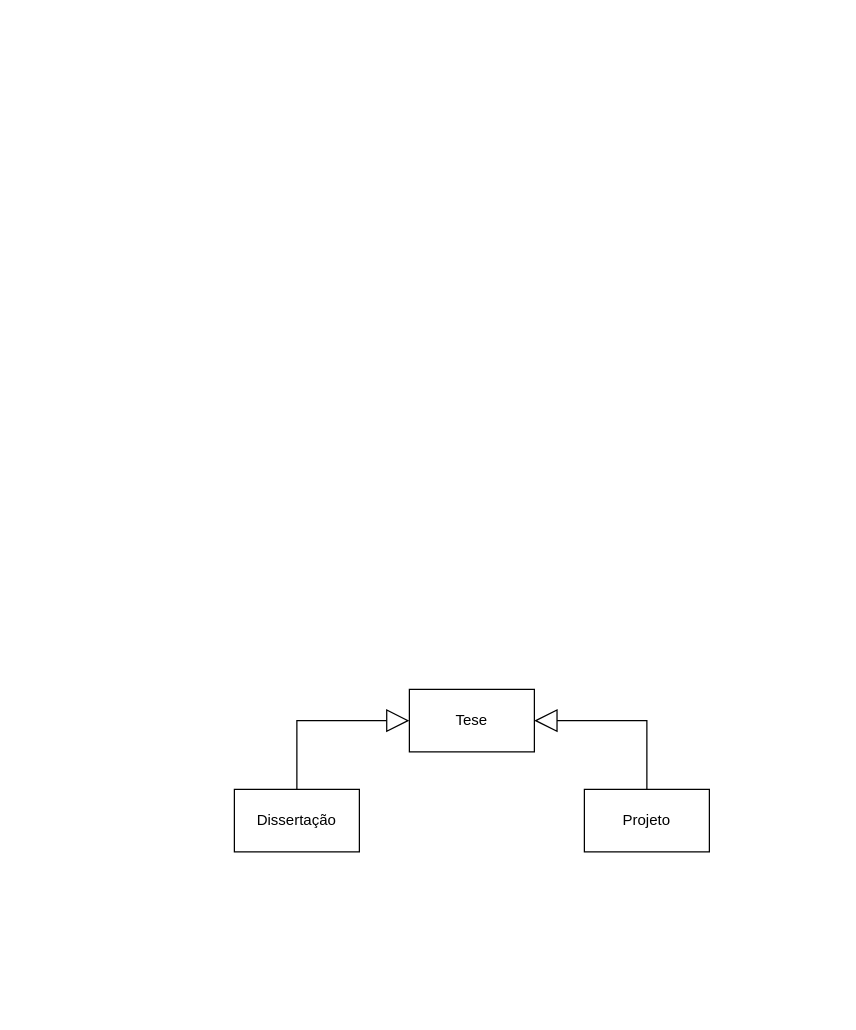
Above: docs/DomainModel.drawio in Sapientia-PT/thesisman (draw.io), before the change. Source tidied: cells renumbered, new cells numbered last; positions are measured from the earlier drawing's top-left corner, leaving out a move shared by most shapes. Both pictures are drawn from the tidied source at 125%, with x=0, y=0 at pixel (234, 689).
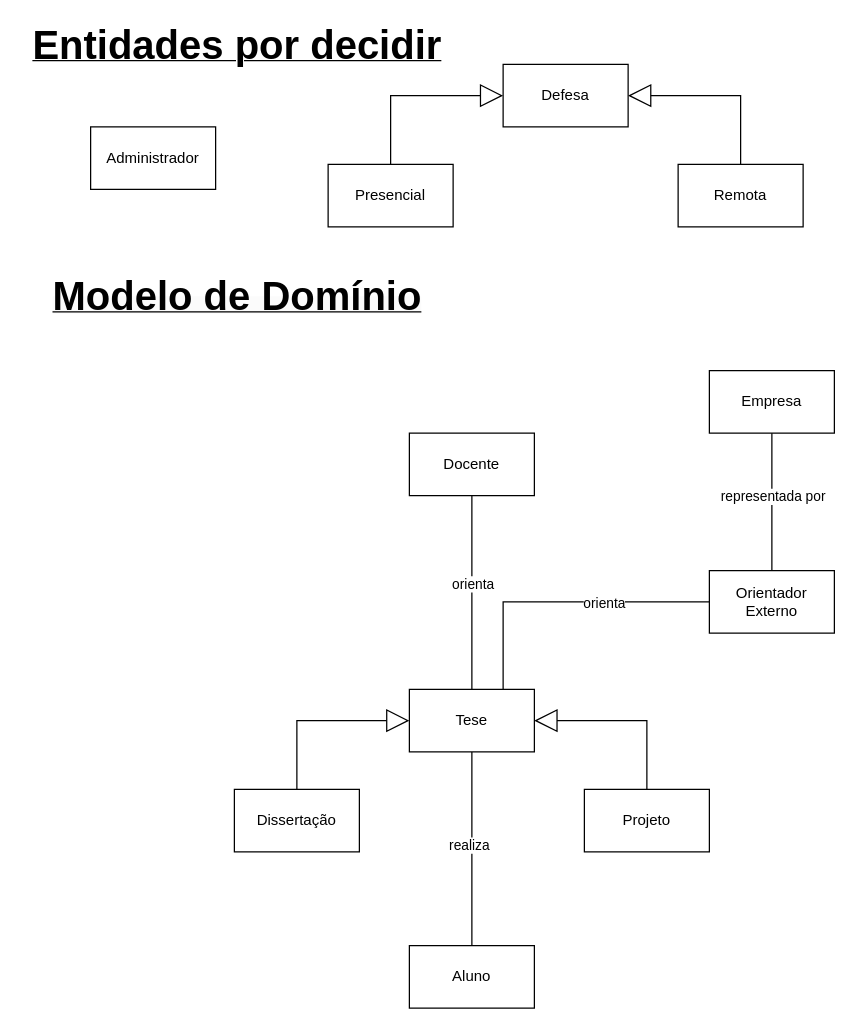
After the change.

Commit message:
updated domain model

Unchanged cells that the change refers to:
```xml
<mxCell id="2" value="Tese" style="html=1;whiteSpace=wrap;" parent="1" vertex="1">
  <mxGeometry x="140" width="100" height="50" as="geometry" />
</mxCell>
```

Change to the diagram source:
```diff
@@
+    <mxCell id="7" value="Aluno" style="rounded=0;whiteSpace=wrap;html=1;" parent="1" vertex="1">
+      <mxGeometry x="140" y="205" width="100" height="50" as="geometry" />
+    </mxCell>
+    <mxCell id="8" value="Administrador" style="rounded=0;whiteSpace=wrap;html=1;" parent="1" vertex="1">
+      <mxGeometry x="-115" y="-450" width="100" height="50" as="geometry" />
+    </mxCell>
+    <mxCell id="9" value="Docente" style="rounded=0;whiteSpace=wrap;html=1;" parent="1" vertex="1">
+      <mxGeometry x="140" y="-205" width="100" height="50" as="geometry" />
+    </mxCell>
+    <mxCell id="10" value="Empresa" style="rounded=0;whiteSpace=wrap;html=1;" parent="1" vertex="1">
+      <mxGeometry x="380" y="-255" width="100" height="50" as="geometry" />
+    </mxCell>
+    <mxCell id="11" value="Defesa" style="html=1;whiteSpace=wrap;" parent="1" vertex="1">
+      <mxGeometry x="215" y="-500" width="100" height="50" as="geometry" />
+    </mxCell>
+    <mxCell id="12" value="Presencial" style="html=1;whiteSpace=wrap;" parent="1" vertex="1">
+      <mxGeometry x="75" y="-420" width="100" height="50" as="geometry" />
+    </mxCell>
+    <mxCell id="13" style="endArrow=block;endSize=16;endFill=0;html=1;rounded=0;entryX=0;entryY=0.5;entryDx=0;entryDy=0;exitX=0.5;exitY=0;exitDx=0;exitDy=0;" parent="1" edge="1" source="12" target="11">
+      <mxGeometry relative="1" as="geometry">
+        <Array as="points">
+          <mxPoint x="125" y="-475" />
+        </Array>
+      </mxGeometry>
+    </mxCell>
+    <mxCell id="14" value="Remota" style="html=1;whiteSpace=wrap;" parent="1" vertex="1">
+      <mxGeometry x="355" y="-420" width="100" height="50" as="geometry" />
+    </mxCell>
+    <mxCell id="15" style="endArrow=block;endSize=16;endFill=0;html=1;rounded=0;entryX=1;entryY=0.5;entryDx=0;entryDy=0;exitX=0.5;exitY=0;exitDx=0;exitDy=0;" parent="1" edge="1" source="14" target="11">
+      <mxGeometry relative="1" as="geometry">
+        <Array as="points">
+          <mxPoint x="405" y="-475" />
+        </Array>
+      </mxGeometry>
+    </mxCell>
+    <mxCell id="16" style="endArrow=none;html=1;rounded=0;entryX=0.5;entryY=1;entryDx=0;entryDy=0;exitX=0.5;exitY=0;exitDx=0;exitDy=0;" parent="1" edge="1" source="2" target="9">
+      <mxGeometry relative="1" as="geometry" />
+    </mxCell>
+    <mxCell id="17" value="orienta" style="edgeLabel;html=1;align=center;verticalAlign=middle;" parent="16" vertex="1">
+      <mxGeometry x="-0.05" y="3" relative="1" as="geometry">
+        <mxPoint x="3" y="-11" as="offset" />
+      </mxGeometry>
+    </mxCell>
+    <mxCell id="18" value="Orientador Externo" style="rounded=0;whiteSpace=wrap;html=1;" parent="1" vertex="1">
+      <mxGeometry x="380" y="-95" width="100" height="50" as="geometry" />
+    </mxCell>
+    <mxCell id="19" style="endArrow=none;html=1;rounded=0;exitX=0.75;exitY=0;exitDx=0;exitDy=0;entryX=0;entryY=0.5;entryDx=0;entryDy=0;" parent="1" edge="1" source="2" target="18">
+      <mxGeometry relative="1" as="geometry">
+        <Array as="points">
+          <mxPoint x="215" y="-70" />
+        </Array>
+      </mxGeometry>
+    </mxCell>
+    <mxCell id="20" value="orienta" style="edgeLabel;html=1;align=center;verticalAlign=middle;" parent="19" vertex="1">
+      <mxGeometry x="0.14" y="3" relative="1" as="geometry">
+        <mxPoint x="16" y="3" as="offset" />
+      </mxGeometry>
+    </mxCell>
+    <mxCell id="21" style="endArrow=none;html=1;rounded=0;entryX=0.5;entryY=1;entryDx=0;entryDy=0;exitX=0.5;exitY=0;exitDx=0;exitDy=0;" parent="1" edge="1" source="18" target="10">
+      <mxGeometry relative="1" as="geometry" />
+    </mxCell>
+    <mxCell id="22" value="representada por" style="edgeLabel;html=1;align=center;verticalAlign=middle;" parent="21" vertex="1">
+      <mxGeometry x="-0.18" y="-2" relative="1" as="geometry">
+        <mxPoint x="-2" y="-15" as="offset" />
+      </mxGeometry>
+    </mxCell>
+    <mxCell id="23" style="endArrow=none;html=1;rounded=0;entryX=0.5;entryY=1;entryDx=0;entryDy=0;exitX=0.5;exitY=0;exitDx=0;exitDy=0;" parent="1" edge="1" source="7" target="2">
+      <mxGeometry relative="1" as="geometry" />
+    </mxCell>
+    <mxCell id="24" value="realiza" style="edgeLabel;html=1;align=center;verticalAlign=middle;" parent="23" vertex="1">
+      <mxGeometry x="0.05" y="3" relative="1" as="geometry" />
+    </mxCell>
+    <mxCell id="25" value="&lt;u&gt;&lt;b&gt;&lt;font style=&quot;font-size: 32px;&quot;&gt;Entidades por decidir&lt;/font&gt;&lt;/b&gt;&lt;/u&gt;" style="text;html=1;align=center;verticalAlign=middle;whiteSpace=wrap;rounded=0;" parent="1" vertex="1">
+      <mxGeometry x="-170" y="-530" width="345" height="30" as="geometry" />
+    </mxCell>
+    <mxCell id="26" value="&lt;u style=&quot;color: rgb(0, 0, 0); font-family: Helvetica; font-size: 12px; font-style: normal; font-variant-ligatures: normal; font-variant-caps: normal; font-weight: 400; letter-spacing: normal; orphans: 2; text-align: center; text-indent: 0px; text-transform: none; widows: 2; word-spacing: 0px; -webkit-text-stroke-width: 0px; white-space: normal; background-color: rgb(251, 251, 251);&quot;&gt;&lt;b&gt;&lt;font style=&quot;font-size: 32px;&quot;&gt;Modelo de Domínio&lt;/font&gt;&lt;/b&gt;&lt;/u&gt;" style="text;whiteSpace=wrap;html=1;" parent="1" vertex="1">
+      <mxGeometry x="-147.5" y="-340" width="300" height="60" as="geometry" />
+    </mxCell>
```
